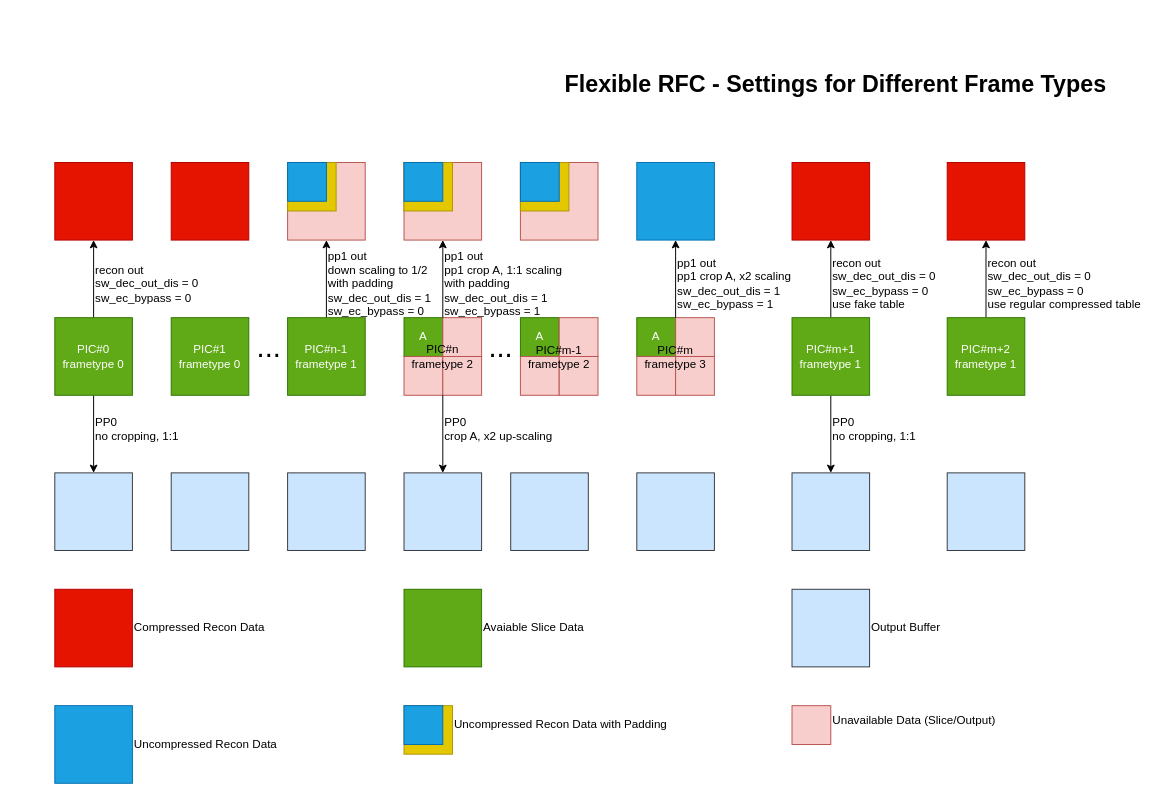
Above: flexible_compression.drawio in chenmin82/diagrams (draw.io), before the change. Source tidied: cells renumbered, new cells numbered last; positions are measured from the earlier drawing's top-left corner, leaving out a move shared by most shapes. Both pictures are drawn from the tidied source at 97%, with x=0, y=0 at pixel (54, 65).
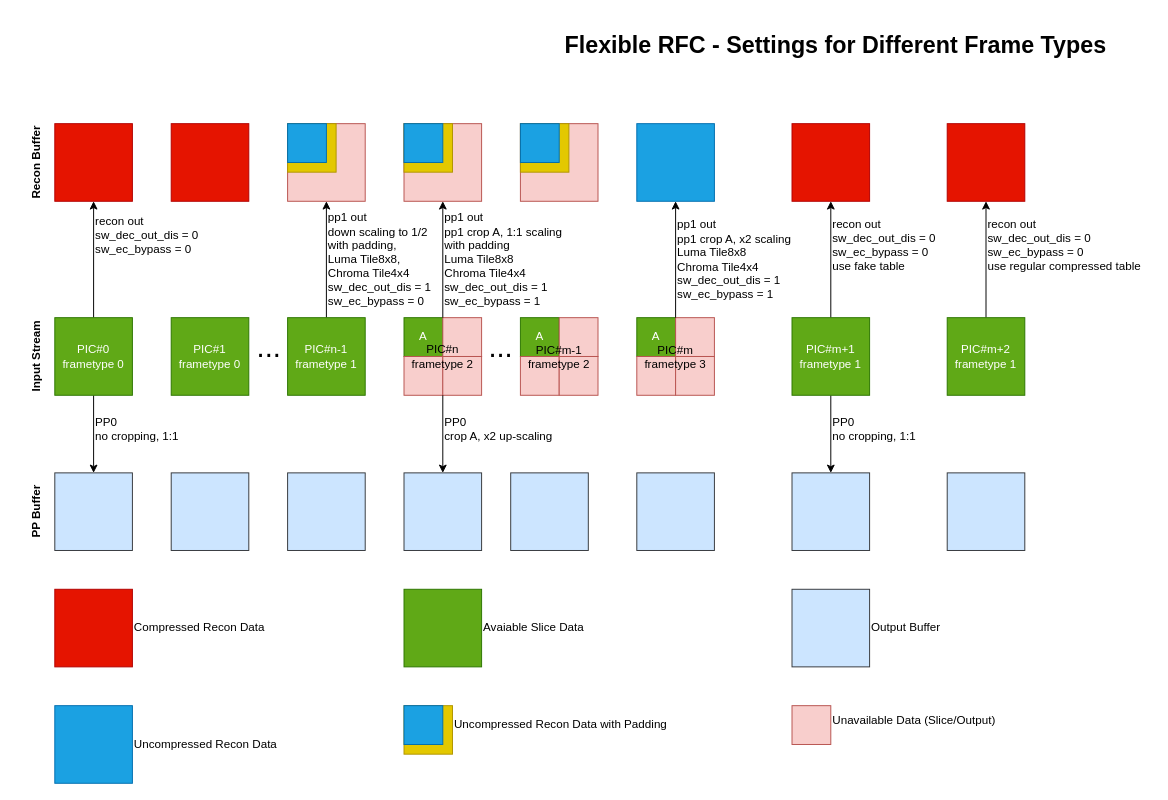
The same diagram, later.

What changed in the source:
```diff
@@
     <mxCell id="38" style="whiteSpace=wrap;html=1;fillColor=#e51400;fontColor=#ffffff;strokeColor=#B20000;" parent="1" vertex="1">
-      <mxGeometry y="100" width="80" height="80" as="geometry" />
+      <mxGeometry y="60" width="80" height="80" as="geometry" />
     </mxCell>
     <mxCell id="39" style="whiteSpace=wrap;html=1;fillColor=#e51400;fontColor=#ffffff;strokeColor=#B20000;" parent="1" vertex="1">
-      <mxGeometry x="120" y="100" width="80" height="80" as="geometry" />
+      <mxGeometry x="120" y="60" width="80" height="80" as="geometry" />
     </mxCell>
@@
     <mxCell id="41" style="whiteSpace=wrap;html=1;fillColor=#1ba1e2;fontColor=#ffffff;strokeColor=#006EAF;" parent="1" vertex="1">
-      <mxGeometry x="600" y="100" width="80" height="80" as="geometry" />
+      <mxGeometry x="600" y="60" width="80" height="80" as="geometry" />
     </mxCell>
     <mxCell id="42" style="whiteSpace=wrap;html=1;fillColor=#e51400;fontColor=#ffffff;strokeColor=#B20000;" parent="1" vertex="1">
-      <mxGeometry x="760" y="100" width="80" height="80" as="geometry" />
+      <mxGeometry x="760" y="60" width="80" height="80" as="geometry" />
     </mxCell>
     <mxCell id="43" style="whiteSpace=wrap;html=1;fillColor=#e51400;fontColor=#ffffff;strokeColor=#B20000;" parent="1" vertex="1">
-      <mxGeometry x="920" y="100" width="80" height="80" as="geometry" />
+      <mxGeometry x="920" y="60" width="80" height="80" as="geometry" />
     </mxCell>
     <mxCell id="44" style="whiteSpace=wrap;html=1;fillColor=#f8cecc;strokeColor=#b85450;" parent="1" vertex="1">
-      <mxGeometry x="360" y="100" width="80" height="80" as="geometry" />
+      <mxGeometry x="360" y="60" width="80" height="80" as="geometry" />
     </mxCell>
     <mxCell id="45" style="rounded=0;whiteSpace=wrap;html=1;fillColor=#e3c800;strokeColor=#B09500;fontColor=#000000;" parent="1" vertex="1">
-      <mxGeometry x="360" y="100" width="50" height="50" as="geometry" />
+      <mxGeometry x="360" y="60" width="50" height="50" as="geometry" />
     </mxCell>
     <mxCell id="46" style="rounded=0;whiteSpace=wrap;html=1;fillColor=#1ba1e2;strokeColor=#006EAF;fontColor=#ffffff;" parent="1" vertex="1">
-      <mxGeometry x="360" y="100" width="40" height="40" as="geometry" />
+      <mxGeometry x="360" y="60" width="40" height="40" as="geometry" />
     </mxCell>
     <mxCell id="47" style="whiteSpace=wrap;html=1;fillColor=#f8cecc;strokeColor=#b85450;" parent="1" vertex="1">
-      <mxGeometry x="480" y="100" width="80" height="80" as="geometry" />
+      <mxGeometry x="480" y="60" width="80" height="80" as="geometry" />
     </mxCell>
     <mxCell id="48" style="rounded=0;whiteSpace=wrap;html=1;fillColor=#e3c800;strokeColor=#B09500;fontColor=#000000;" parent="1" vertex="1">
-      <mxGeometry x="480" y="100" width="50" height="50" as="geometry" />
+      <mxGeometry x="480" y="60" width="50" height="50" as="geometry" />
     </mxCell>
     <mxCell id="49" style="rounded=0;whiteSpace=wrap;html=1;fillColor=#1ba1e2;strokeColor=#006EAF;fontColor=#ffffff;" parent="1" vertex="1">
-      <mxGeometry x="480" y="100" width="40" height="40" as="geometry" />
+      <mxGeometry x="480" y="60" width="40" height="40" as="geometry" />
     </mxCell>
     <mxCell id="50" value="recon out&lt;br&gt;sw_dec_out_dis = 0&lt;br&gt;sw_ec_bypass = 0" style="text;html=1;strokeColor=none;fillColor=none;align=left;verticalAlign=middle;whiteSpace=wrap;rounded=0;" parent="1" vertex="1">
-      <mxGeometry x="40" y="200" width="120" height="50" as="geometry" />
+      <mxGeometry x="40" y="150" width="120" height="50" as="geometry" />
     </mxCell>
@@
-    <mxCell id="52" value="pp1 out&lt;br&gt;pp1 crop A, 1:1 scaling&lt;br&gt;with padding&lt;br&gt;sw_dec_out_dis = 1&lt;br&gt;sw_ec_bypass = 1" style="text;html=1;strokeColor=none;fillColor=none;align=left;verticalAlign=middle;whiteSpace=wrap;rounded=0;" parent="1" vertex="1">
-      <mxGeometry x="400" y="200" width="130" height="50" as="geometry" />
+    <mxCell id="52" value="pp1 out&lt;br&gt;pp1 crop A, 1:1 scaling&lt;br&gt;with padding&lt;br&gt;Luma Tile8x8&lt;br&gt;Chroma Tile4x4&lt;br style=&quot;border-color: var(--border-color);&quot;&gt;sw_dec_out_dis = 1&lt;br&gt;sw_ec_bypass = 1" style="text;html=1;strokeColor=none;fillColor=none;align=left;verticalAlign=middle;whiteSpace=wrap;rounded=0;" parent="1" vertex="1">
+      <mxGeometry x="400" y="150" width="141" height="100" as="geometry" />
     </mxCell>
     <mxCell id="53" style="whiteSpace=wrap;html=1;fillColor=#f8cecc;strokeColor=#b85450;" parent="1" vertex="1">
-      <mxGeometry x="240" y="100" width="80" height="80" as="geometry" />
+      <mxGeometry x="240" y="60" width="80" height="80" as="geometry" />
     </mxCell>
     <mxCell id="54" style="rounded=0;whiteSpace=wrap;html=1;fillColor=#e3c800;strokeColor=#B09500;fontColor=#000000;" parent="1" vertex="1">
-      <mxGeometry x="240" y="100" width="50" height="50" as="geometry" />
+      <mxGeometry x="240" y="60" width="50" height="50" as="geometry" />
     </mxCell>
     <mxCell id="55" style="rounded=0;whiteSpace=wrap;html=1;fillColor=#1ba1e2;strokeColor=#006EAF;fontColor=#ffffff;" parent="1" vertex="1">
-      <mxGeometry x="240" y="100" width="40" height="40" as="geometry" />
+      <mxGeometry x="240" y="60" width="40" height="40" as="geometry" />
     </mxCell>
-    <mxCell id="56" value="pp1 out&lt;br&gt;down scaling to 1/2&lt;br&gt;with padding&lt;br&gt;sw_dec_out_dis = 1&lt;br&gt;sw_ec_bypass = 0" style="text;html=1;strokeColor=none;fillColor=none;align=left;verticalAlign=middle;whiteSpace=wrap;rounded=0;" parent="1" vertex="1">
-      <mxGeometry x="280" y="200" width="120" height="50" as="geometry" />
+    <mxCell id="56" value="pp1 out&lt;br&gt;down scaling to 1/2&lt;br&gt;with padding,&lt;br&gt;Luma Tile8x8, Chroma Tile4x4&lt;br&gt;sw_dec_out_dis = 1&lt;br&gt;sw_ec_bypass = 0" style="text;html=1;strokeColor=none;fillColor=none;align=left;verticalAlign=middle;whiteSpace=wrap;rounded=0;" parent="1" vertex="1">
+      <mxGeometry x="280" y="150" width="120" height="100" as="geometry" />
     </mxCell>
@@
-    <mxCell id="58" value="pp1 out&lt;br&gt;pp1 crop A, x2 scaling&lt;br&gt;sw_dec_out_dis = 1&lt;br&gt;sw_ec_bypass = 1" style="text;html=1;strokeColor=none;fillColor=none;align=left;verticalAlign=middle;whiteSpace=wrap;rounded=0;" parent="1" vertex="1">
-      <mxGeometry x="640" y="200" width="130" height="50" as="geometry" />
+    <mxCell id="58" value="pp1 out&lt;br&gt;pp1 crop A, x2 scaling&lt;br&gt;Luma Tile8x8&lt;br&gt;Chroma Tile4x4&lt;br&gt;sw_dec_out_dis = 1&lt;br&gt;sw_ec_bypass = 1" style="text;html=1;strokeColor=none;fillColor=none;align=left;verticalAlign=middle;whiteSpace=wrap;rounded=0;" parent="1" vertex="1">
+      <mxGeometry x="640" y="160" width="130" height="80" as="geometry" />
     </mxCell>
     <mxCell id="59" value="recon out&lt;br&gt;sw_dec_out_dis = 0&lt;br&gt;sw_ec_bypass = 0&lt;br&gt;use fake table" style="text;html=1;strokeColor=none;fillColor=none;align=left;verticalAlign=middle;whiteSpace=wrap;rounded=0;" parent="1" vertex="1">
-      <mxGeometry x="800" y="200" width="130" height="50" as="geometry" />
+      <mxGeometry x="800" y="160" width="130" height="50" as="geometry" />
     </mxCell>
     <mxCell id="60" value="recon out&lt;br&gt;sw_dec_out_dis = 0&lt;br&gt;sw_ec_bypass = 0&lt;br&gt;use regular compressed table" style="text;html=1;strokeColor=none;fillColor=none;align=left;verticalAlign=middle;whiteSpace=wrap;rounded=0;" parent="1" vertex="1">
-      <mxGeometry x="960" y="200" width="170" height="50" as="geometry" />
+      <mxGeometry x="960" y="160" width="170" height="50" as="geometry" />
     </mxCell>
@@
     <mxCell id="80" value="&lt;h1&gt;&lt;span style=&quot;background-color: initial;&quot;&gt;Flexible RFC - Settings for Different Frame Types&lt;/span&gt;&lt;br&gt;&lt;/h1&gt;" style="text;html=1;strokeColor=none;fillColor=none;spacing=5;spacingTop=-20;whiteSpace=wrap;overflow=hidden;rounded=0;" parent="1" vertex="1">
-      <mxGeometry x="521" width="570" height="60" as="geometry" />
+      <mxGeometry x="521" y="-40" width="570" height="60" as="geometry" />
     </mxCell>
+    <mxCell id="81" value="Recon Buffer" style="text;html=1;strokeColor=none;fillColor=none;align=center;verticalAlign=middle;whiteSpace=wrap;rounded=0;horizontal=0;fontStyle=1;" parent="1" vertex="1">
+      <mxGeometry x="-39" y="60" width="40" height="80" as="geometry" />
+    </mxCell>
+    <mxCell id="82" value="Input Stream" style="text;html=1;strokeColor=none;fillColor=none;align=center;verticalAlign=middle;whiteSpace=wrap;rounded=0;horizontal=0;fontStyle=1;" parent="1" vertex="1">
+      <mxGeometry x="-39" y="260" width="40" height="80" as="geometry" />
+    </mxCell>
+    <mxCell id="83" value="PP Buffer" style="text;html=1;strokeColor=none;fillColor=none;align=center;verticalAlign=middle;whiteSpace=wrap;rounded=0;horizontal=0;fontStyle=1;" parent="1" vertex="1">
+      <mxGeometry x="-39" y="420" width="40" height="80" as="geometry" />
+    </mxCell>
```
